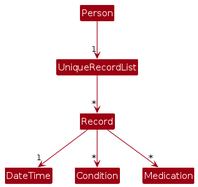
This is diagrams/RecordClassDiagram.png from hjoneweek/tp, a PlantUML export, as it was before one commit. Its source is kept beside it as diagrams/RecordClassDiagram.puml. Source of this version:
```plantuml
@startuml
!include style.puml
skinparam ArrowFontStyle plain
skinparam arrowThickness 1.1
skinparam arrowColor MODEL_COLOR
skinparam classBackgroundColor MODEL_COLOR

Person -down-> "1" UniqueRecordList
UniqueRecordList -down-> "*" Record
Record -down-> "1" DateTime
Record -down-> "*" Condition
Record -down-> "*" Medication
@enduml
```
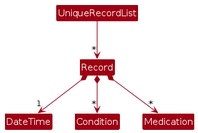
The same diagram one commit later.

Diff of the diagram source:
```diff
@@ -5,9 +5,8 @@
 skinparam arrowColor MODEL_COLOR
 skinparam classBackgroundColor MODEL_COLOR
 
-Person -down-> "1" UniqueRecordList
 UniqueRecordList -down-> "*" Record
-Record -down-> "1" DateTime
-Record -down-> "*" Condition
-Record -down-> "*" Medication
+Record *-down-> "1" DateTime
+Record *-down-> "*" Condition
+Record *-down-> "*" Medication
 @enduml
```
